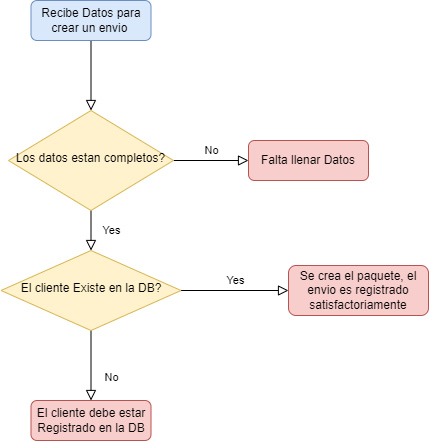
Earlier version of the draw.io export Diagrama-Flujo.png (Edward-Reyes-Vanegas/Proyecto-Integrador). Source tidied: cells renumbered, new cells last; positions are measured from the earlier drawing's top-left corner, leaving out a move shared by most shapes. The source it was exported from:
```xml
<mxGraphModel>
  <root>
    <mxCell id="0" />
    <mxCell id="1" parent="0" />
    <mxCell id="2" style="rounded=0;html=1;jettySize=auto;fontSize=11;endArrow=block;endFill=0;endSize=8;strokeWidth=1;shadow=0;labelBackgroundColor=none;edgeStyle=orthogonalEdgeStyle;" parent="1" edge="1" source="3" target="6">
      <mxGeometry relative="1" as="geometry" />
    </mxCell>
    <mxCell id="3" value="Recibe Datos para crear un envio&amp;nbsp;" style="rounded=1;whiteSpace=wrap;html=1;fontSize=12;glass=0;strokeWidth=1;shadow=0;fillColor=#dae8fc;strokeColor=#6c8ebf;" parent="1" vertex="1">
      <mxGeometry x="30.5" width="120" height="40" as="geometry" />
    </mxCell>
    <mxCell id="4" value="Yes" style="rounded=0;html=1;jettySize=auto;fontSize=11;endArrow=block;endFill=0;endSize=8;strokeWidth=1;shadow=0;labelBackgroundColor=none;edgeStyle=orthogonalEdgeStyle;" parent="1" edge="1" source="6" target="10">
      <mxGeometry y="20" relative="1" as="geometry" />
    </mxCell>
    <mxCell id="5" value="No" style="edgeStyle=orthogonalEdgeStyle;rounded=0;html=1;jettySize=auto;fontSize=11;endArrow=block;endFill=0;endSize=8;strokeWidth=1;shadow=0;labelBackgroundColor=none;" parent="1" edge="1" source="6" target="7">
      <mxGeometry x="0.01" y="10" relative="1" as="geometry" />
    </mxCell>
    <mxCell id="6" value="Los datos estan completos?" style="rhombus;whiteSpace=wrap;html=1;shadow=0;fontFamily=Helvetica;fontSize=12;align=center;strokeWidth=1;spacing=6;spacingTop=-4;fillColor=#fff2cc;strokeColor=#d6b656;" parent="1" vertex="1">
      <mxGeometry x="8" y="110" width="165" height="100" as="geometry" />
    </mxCell>
    <mxCell id="7" value="Falta llenar Datos" style="rounded=1;whiteSpace=wrap;html=1;fontSize=12;glass=0;strokeWidth=1;shadow=0;fillColor=#f8cecc;strokeColor=#b85450;" parent="1" vertex="1">
      <mxGeometry x="248" y="140" width="120" height="40" as="geometry" />
    </mxCell>
    <mxCell id="8" value="No" style="rounded=0;html=1;jettySize=auto;fontSize=11;endArrow=block;endFill=0;endSize=8;strokeWidth=1;shadow=0;labelBackgroundColor=none;edgeStyle=orthogonalEdgeStyle;" parent="1" edge="1" source="10" target="11">
      <mxGeometry x="0.33" y="20" relative="1" as="geometry" />
    </mxCell>
    <mxCell id="9" value="Yes" style="edgeStyle=orthogonalEdgeStyle;rounded=0;html=1;jettySize=auto;fontSize=11;endArrow=block;endFill=0;endSize=8;strokeWidth=1;shadow=0;labelBackgroundColor=none;" parent="1" edge="1" source="10" target="12">
      <mxGeometry y="10" relative="1" as="geometry" />
    </mxCell>
    <mxCell id="10" value="El cliente Existe en la DB?" style="rhombus;whiteSpace=wrap;html=1;shadow=0;fontFamily=Helvetica;fontSize=12;align=center;strokeWidth=1;spacing=6;spacingTop=-4;fillColor=#fff2cc;strokeColor=#d6b656;" parent="1" vertex="1">
      <mxGeometry x="0.5" y="250" width="180" height="80" as="geometry" />
    </mxCell>
    <mxCell id="11" value="El cliente debe estar Registrado en la DB" style="rounded=1;whiteSpace=wrap;html=1;fontSize=12;glass=0;strokeWidth=1;shadow=0;fillColor=#f8cecc;strokeColor=#b85450;" parent="1" vertex="1">
      <mxGeometry x="30.5" y="400" width="120" height="40" as="geometry" />
    </mxCell>
    <mxCell id="12" value="Se crea el paquete, el envio es registrado satisfactoriamente" style="rounded=1;whiteSpace=wrap;html=1;fontSize=12;glass=0;strokeWidth=1;shadow=0;fillColor=#f8cecc;strokeColor=#b85450;" parent="1" vertex="1">
      <mxGeometry x="288" y="265" width="140" height="50" as="geometry" />
    </mxCell>
  </root>
</mxGraphModel>
```
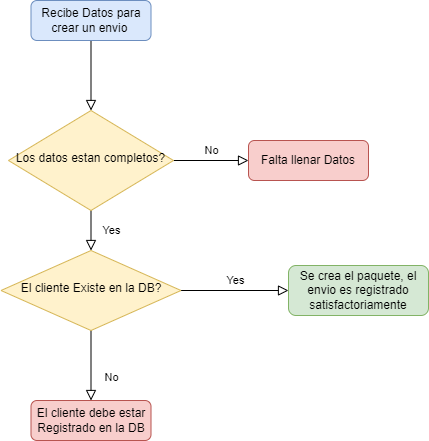
After the commit.

The edit, as a diff of the source:
```diff
@@ -32,7 +32,7 @@
     <mxCell id="11" value="El cliente debe estar Registrado en la DB" style="rounded=1;whiteSpace=wrap;html=1;fontSize=12;glass=0;strokeWidth=1;shadow=0;fillColor=#f8cecc;strokeColor=#b85450;" parent="1" vertex="1">
       <mxGeometry x="30.5" y="400" width="120" height="40" as="geometry" />
     </mxCell>
-    <mxCell id="12" value="Se crea el paquete, el envio es registrado satisfactoriamente" style="rounded=1;whiteSpace=wrap;html=1;fontSize=12;glass=0;strokeWidth=1;shadow=0;fillColor=#f8cecc;strokeColor=#b85450;" parent="1" vertex="1">
+    <mxCell id="12" value="Se crea el paquete, el envio es registrado satisfactoriamente" style="rounded=1;whiteSpace=wrap;html=1;fontSize=12;glass=0;strokeWidth=1;shadow=0;fillColor=#d5e8d4;strokeColor=#82b366;" parent="1" vertex="1">
       <mxGeometry x="288" y="265" width="140" height="50" as="geometry" />
     </mxCell>
   </root>
```
